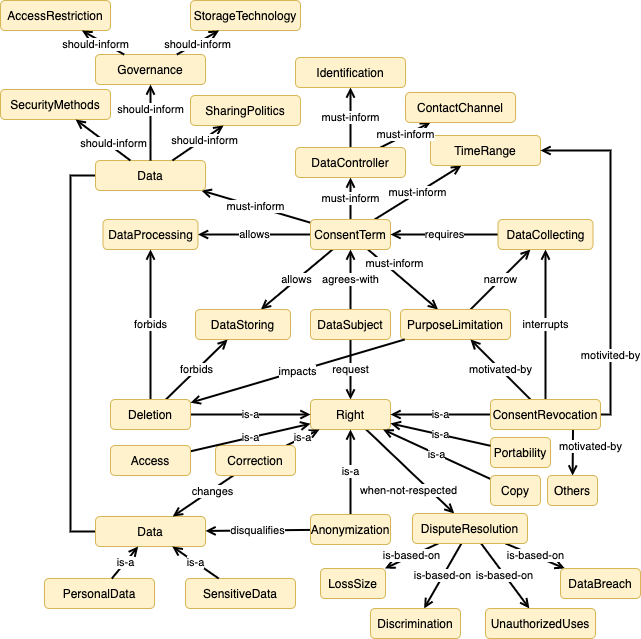
The draw.io diagram img/LGPD_Ontology_Relationships.png in phalves/GoDReP, before a commit. Source tidied: cells renumbered, new cells last; positions are measured from the earlier drawing's top-left corner, leaving out a move shared by most shapes.
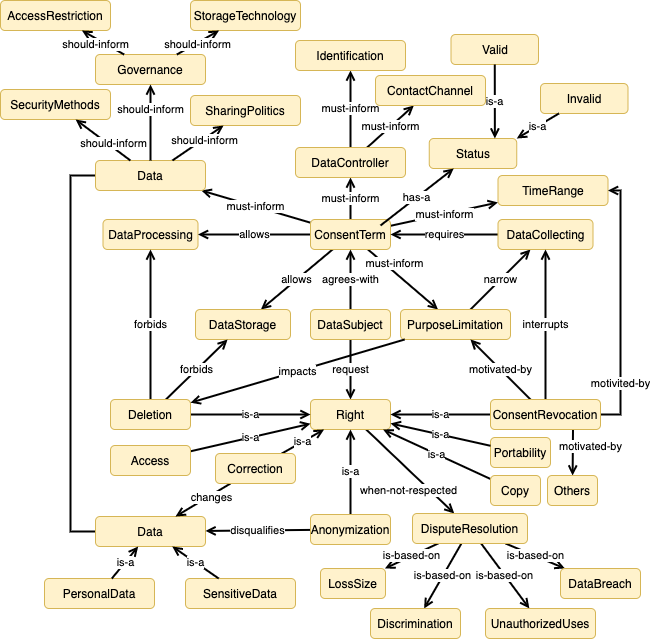
After the change.

Commit message:
Updating the LGPD relationships images adding the consent status

Change to the diagram source:
```diff
@@ -33,7 +33,7 @@
       <mxGeometry x="400" y="309" width="110" height="30" as="geometry" />
     </mxCell>
     <mxCell id="12" value="TimeRange" style="rounded=1;whiteSpace=wrap;html=1;fillColor=#fff2cc;strokeColor=#d6b656;" parent="1" vertex="1">
-      <mxGeometry x="430" y="135" width="110" height="30" as="geometry" />
+      <mxGeometry x="497.5" y="175" width="110" height="30" as="geometry" />
     </mxCell>
     <mxCell id="13" value="must-inform" style="edgeStyle=none;rounded=0;jettySize=auto;html=1;endArrow=open;endFill=0;strokeWidth=2;" parent="1" edge="1" source="15" target="19">
       <mxGeometry relative="1" as="geometry" />
@@ -59,10 +59,10 @@
       <mxGeometry relative="1" as="geometry" />
     </mxCell>
     <mxCell id="19" value="Identification" style="rounded=1;whiteSpace=wrap;html=1;fillColor=#fff2cc;strokeColor=#d6b656;" parent="1" vertex="1">
-      <mxGeometry x="295" y="57" width="110" height="30" as="geometry" />
+      <mxGeometry x="295" y="40" width="110" height="30" as="geometry" />
     </mxCell>
     <mxCell id="20" value="ContactChannel" style="rounded=1;whiteSpace=wrap;html=1;fillColor=#fff2cc;strokeColor=#d6b656;" parent="1" vertex="1">
-      <mxGeometry x="405" y="92" width="110" height="30" as="geometry" />
+      <mxGeometry x="375" y="75" width="110" height="30" as="geometry" />
     </mxCell>
     <mxCell id="21" value="Data" style="rounded=1;whiteSpace=wrap;html=1;fillColor=#fff2cc;strokeColor=#d6b656;" parent="1" vertex="1">
       <mxGeometry x="95" y="516" width="110" height="30" as="geometry" />
@@ -88,7 +88,7 @@
     <mxCell id="28" value="DataCollecting" style="rounded=1;whiteSpace=wrap;html=1;fillColor=#fff2cc;strokeColor=#d6b656;" parent="1" vertex="1">
       <mxGeometry x="497.5" y="219" width="95" height="30" as="geometry" />
     </mxCell>
-    <mxCell id="29" value="DataStoring" style="rounded=1;whiteSpace=wrap;html=1;fillColor=#fff2cc;strokeColor=#d6b656;" parent="1" vertex="1">
+    <mxCell id="29" value="DataStorage" style="rounded=1;whiteSpace=wrap;html=1;fillColor=#fff2cc;strokeColor=#d6b656;" parent="1" vertex="1">
       <mxGeometry x="195" y="309" width="95" height="30" as="geometry" />
     </mxCell>
     <mxCell id="30" value="is-a" style="edgeStyle=none;rounded=0;jettySize=auto;html=1;endArrow=open;endFill=0;strokeWidth=2;" parent="1" edge="1" source="35" target="26">
@@ -103,8 +103,8 @@
     <mxCell id="33" value="motivited-by" style="edgeStyle=none;rounded=0;jettySize=auto;html=1;endArrow=open;endFill=0;strokeWidth=2;" parent="1" edge="1" source="35" target="12">
       <mxGeometry x="-0.6" relative="1" as="geometry">
         <Array as="points">
-          <mxPoint x="610" y="414" />
-          <mxPoint x="610" y="150" />
+          <mxPoint x="620" y="414" />
+          <mxPoint x="620" y="190" />
         </Array>
       </mxGeometry>
     </mxCell>
@@ -130,7 +130,7 @@
       <mxGeometry x="-0.29" y="2" relative="1" as="geometry" />
     </mxCell>
     <mxCell id="41" value="Correction" style="rounded=1;whiteSpace=wrap;html=1;fillColor=#fff2cc;strokeColor=#d6b656;" parent="1" vertex="1">
-      <mxGeometry x="215" y="445" width="80" height="30" as="geometry" />
+      <mxGeometry x="215" y="453" width="80" height="30" as="geometry" />
     </mxCell>
     <mxCell id="42" value="is-a" style="edgeStyle=none;rounded=0;jettySize=auto;html=1;endArrow=open;endFill=0;strokeWidth=2;" parent="1" edge="1" source="45" target="26">
       <mxGeometry relative="1" as="geometry" />
@@ -240,5 +240,23 @@
     <mxCell id="77" value="impacts" style="edgeStyle=none;rounded=0;jettySize=auto;html=1;endArrow=open;endFill=0;strokeWidth=2;" parent="1" edge="1" source="11" target="45">
       <mxGeometry relative="1" as="geometry" />
     </mxCell>
+    <mxCell id="78" value="Status" style="rounded=1;whiteSpace=wrap;html=1;fillColor=#fff2cc;strokeColor=#d6b656;" parent="1" vertex="1">
+      <mxGeometry x="428.8" y="138" width="87.5" height="30" as="geometry" />
+    </mxCell>
+    <mxCell id="79" value="has-a" style="edgeStyle=none;rounded=0;jettySize=auto;html=1;endArrow=open;endFill=0;strokeWidth=2;exitX=0.875;exitY=0.2;exitDx=0;exitDy=0;exitPerimeter=0;" parent="1" edge="1" source="9" target="78">
+      <mxGeometry relative="1" as="geometry" />
+    </mxCell>
+    <mxCell id="80" value="Valid" style="rounded=1;whiteSpace=wrap;html=1;fillColor=#fff2cc;strokeColor=#d6b656;" parent="1" vertex="1">
+      <mxGeometry x="450.5" y="34" width="87.5" height="30" as="geometry" />
+    </mxCell>
+    <mxCell id="81" value="Invalid" style="rounded=1;whiteSpace=wrap;html=1;fillColor=#fff2cc;strokeColor=#d6b656;" parent="1" vertex="1">
+      <mxGeometry x="540" y="83" width="87.5" height="30" as="geometry" />
+    </mxCell>
+    <mxCell id="82" value="is-a" style="edgeStyle=none;rounded=0;jettySize=auto;html=1;endArrow=open;endFill=0;strokeWidth=2;entryX=0.75;entryY=0;entryDx=0;entryDy=0;" parent="1" edge="1" source="80" target="78">
+      <mxGeometry relative="1" as="geometry" />
+    </mxCell>
+    <mxCell id="83" value="is-a" style="edgeStyle=none;rounded=0;jettySize=auto;html=1;endArrow=open;endFill=0;strokeWidth=2;entryX=1;entryY=0;entryDx=0;entryDy=0;" parent="1" edge="1" source="81" target="78">
+      <mxGeometry relative="1" as="geometry" />
+    </mxCell>
   </root>
 </mxGraphModel>
```
